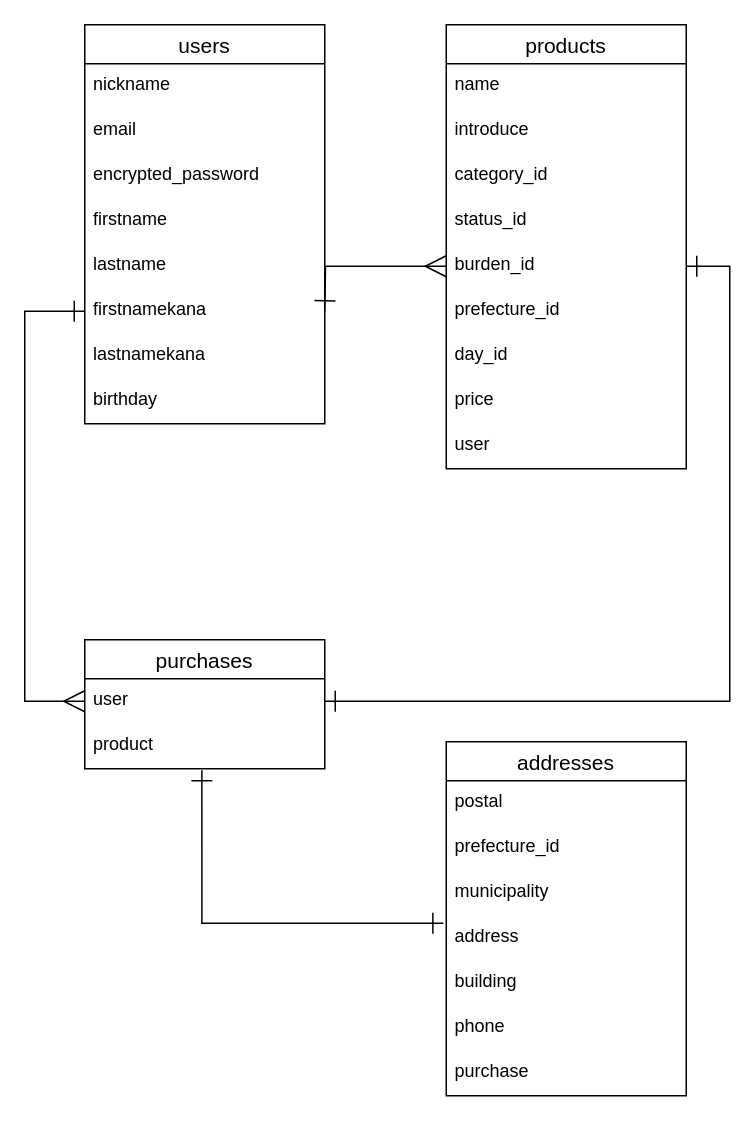
Above: ERpic.dio in masu1031/furima-35551 (draw.io), before the change. Source tidied: cells renumbered, new cells numbered last; positions are measured from the earlier drawing's top-left corner, leaving out a move shared by most shapes. Both pictures are drawn from the tidied source at 150%, with x=0, y=0 at pixel (24, 24).
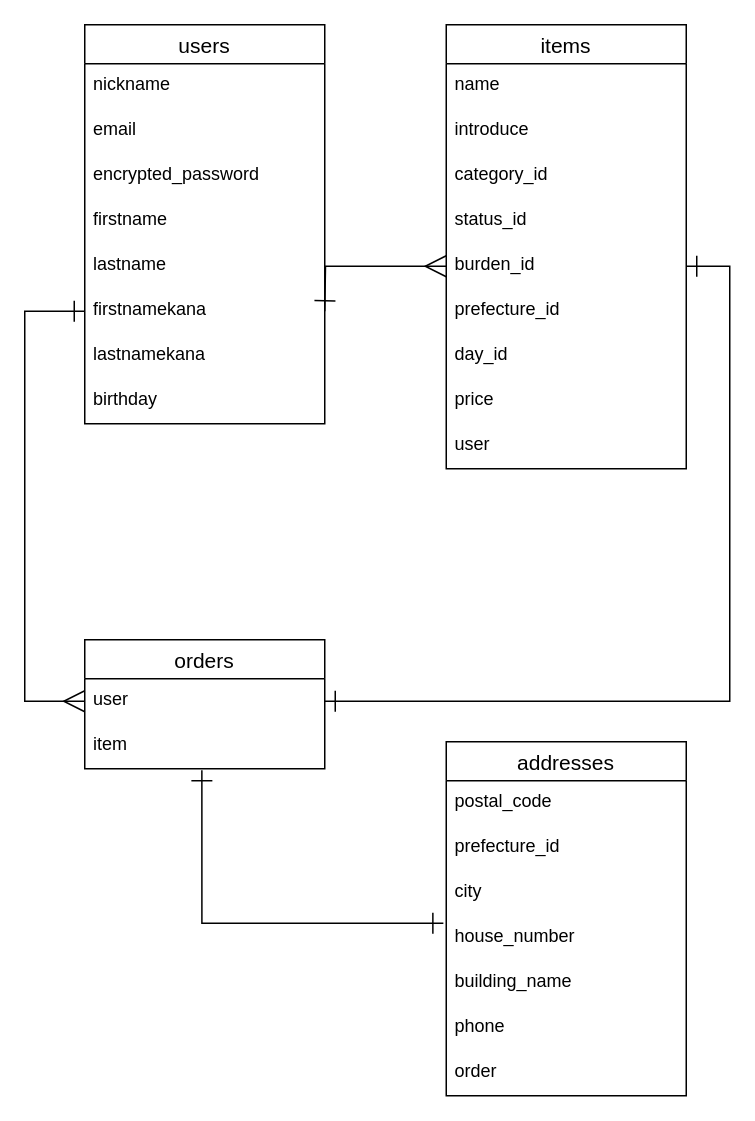
The same diagram, later.

Unchanged cells that the change refers to:
```xml
<mxCell id="27" value="addresses" style="swimlane;fontStyle=0;horizontal=1;startSize=26;align=center;fontSize=14;" parent="1" vertex="1">
  <mxGeometry x="281" y="478" width="160" height="236" as="geometry" />
</mxCell>
```

The edit, as a diff of the source:
```diff
@@
-    <mxCell id="11" value="products" style="swimlane;fontStyle=0;horizontal=1;startSize=26;align=center;fontSize=14;" parent="1" vertex="1">
+    <mxCell id="11" value="items" style="swimlane;fontStyle=0;horizontal=1;startSize=26;align=center;fontSize=14;" parent="1" vertex="1">
       <mxGeometry x="281" width="160" height="296" as="geometry" />
     </mxCell>
@@
-    <mxCell id="21" value="purchases" style="swimlane;fontStyle=0;horizontal=1;startSize=26;align=center;fontSize=14;" parent="1" vertex="1">
+    <mxCell id="21" value="orders" style="swimlane;fontStyle=0;horizontal=1;startSize=26;align=center;fontSize=14;" parent="1" vertex="1">
       <mxGeometry x="40" y="410" width="160" height="86" as="geometry" />
     </mxCell>
@@
-    <mxCell id="23" value="product" style="text;strokeColor=none;fillColor=none;spacingLeft=4;spacingRight=4;overflow=hidden;points=[[0,0.5],[1,0.5]];portConstraint=eastwest;fontSize=12;" parent="21" vertex="1">
+    <mxCell id="23" value="item" style="text;strokeColor=none;fillColor=none;spacingLeft=4;spacingRight=4;overflow=hidden;points=[[0,0.5],[1,0.5]];portConstraint=eastwest;fontSize=12;" parent="21" vertex="1">
       <mxGeometry y="56" width="160" height="30" as="geometry" />
     </mxCell>
@@
-    <mxCell id="28" value="postal" style="text;strokeColor=none;fillColor=none;spacingLeft=4;spacingRight=4;overflow=hidden;fontSize=12;" parent="27" vertex="1">
+    <mxCell id="28" value="postal_code" style="text;strokeColor=none;fillColor=none;spacingLeft=4;spacingRight=4;overflow=hidden;fontSize=12;" parent="27" vertex="1">
       <mxGeometry y="26" width="160" height="30" as="geometry" />
     </mxCell>
@@
-    <mxCell id="30" value="municipality" style="text;strokeColor=none;fillColor=none;spacingLeft=4;spacingRight=4;overflow=hidden;fontSize=12;" parent="27" vertex="1">
+    <mxCell id="30" value="city" style="text;strokeColor=none;fillColor=none;spacingLeft=4;spacingRight=4;overflow=hidden;fontSize=12;" parent="27" vertex="1">
       <mxGeometry y="86" width="160" height="30" as="geometry" />
     </mxCell>
-    <mxCell id="31" value="address" style="text;strokeColor=none;fillColor=none;spacingLeft=4;spacingRight=4;overflow=hidden;points=[[0,0.5],[1,0.5]];portConstraint=eastwest;fontSize=12;" parent="27" vertex="1">
+    <mxCell id="31" value="house_number" style="text;strokeColor=none;fillColor=none;spacingLeft=4;spacingRight=4;overflow=hidden;points=[[0,0.5],[1,0.5]];portConstraint=eastwest;fontSize=12;" parent="27" vertex="1">
       <mxGeometry y="116" width="160" height="30" as="geometry" />
     </mxCell>
-    <mxCell id="32" value="building" style="text;strokeColor=none;fillColor=none;spacingLeft=4;spacingRight=4;overflow=hidden;fontSize=12;" parent="27" vertex="1">
+    <mxCell id="32" value="building_name" style="text;strokeColor=none;fillColor=none;spacingLeft=4;spacingRight=4;overflow=hidden;fontSize=12;" parent="27" vertex="1">
       <mxGeometry y="146" width="160" height="30" as="geometry" />
     </mxCell>
@@
-    <mxCell id="34" value="purchase" style="text;strokeColor=none;fillColor=none;spacingLeft=4;spacingRight=4;overflow=hidden;fontSize=12;" parent="27" vertex="1">
+    <mxCell id="34" value="order" style="text;strokeColor=none;fillColor=none;spacingLeft=4;spacingRight=4;overflow=hidden;fontSize=12;" parent="27" vertex="1">
       <mxGeometry y="206" width="160" height="30" as="geometry" />
     </mxCell>
```
